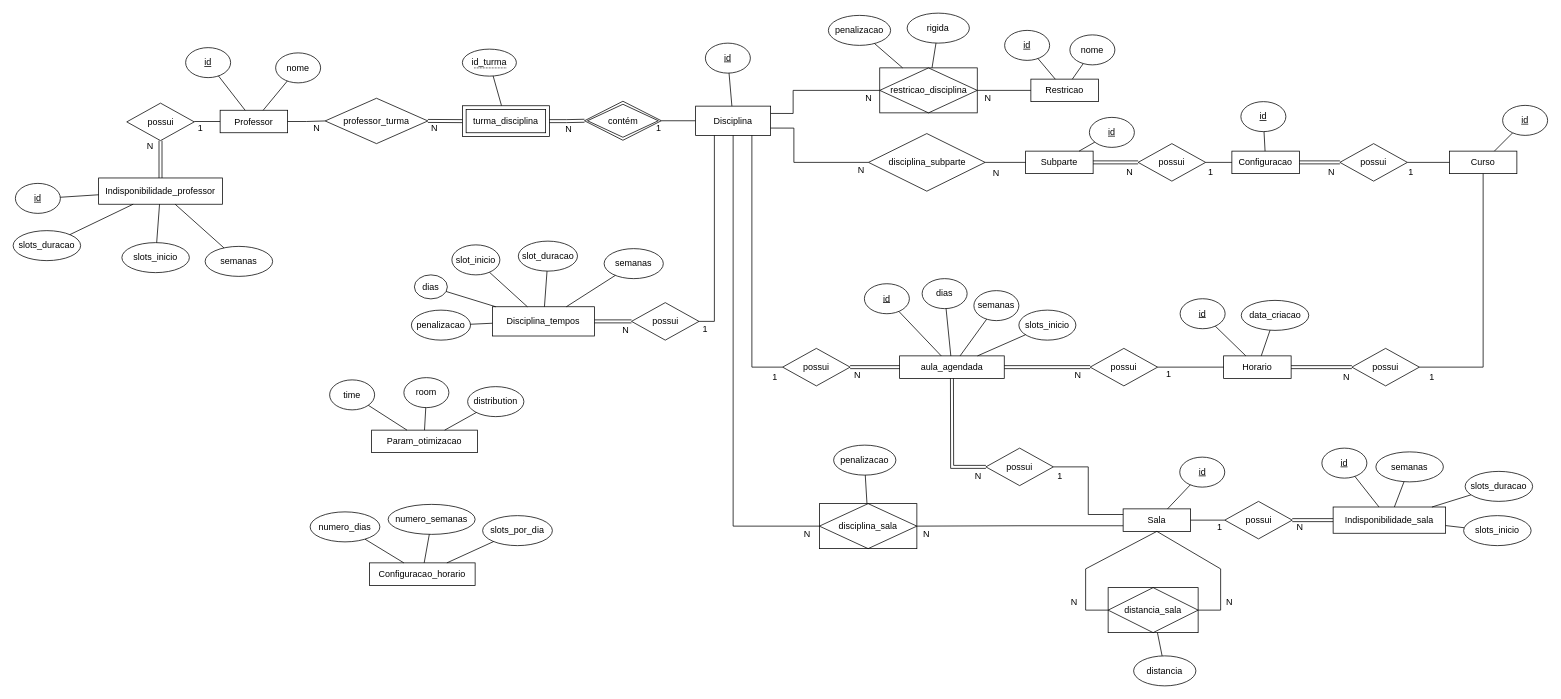
Earlier version of the draw.io diagram Tese/diagramas/base_dados_agendamento.drawio (RRamos19/Master-Thesis). Source tidied: cells renumbered, new cells numbered last; positions are measured from the earlier drawing's top-left corner, leaving out a move shared by most shapes. Both pictures are drawn from the tidied source at 75%, with x=0, y=0 at pixel (13, 13).
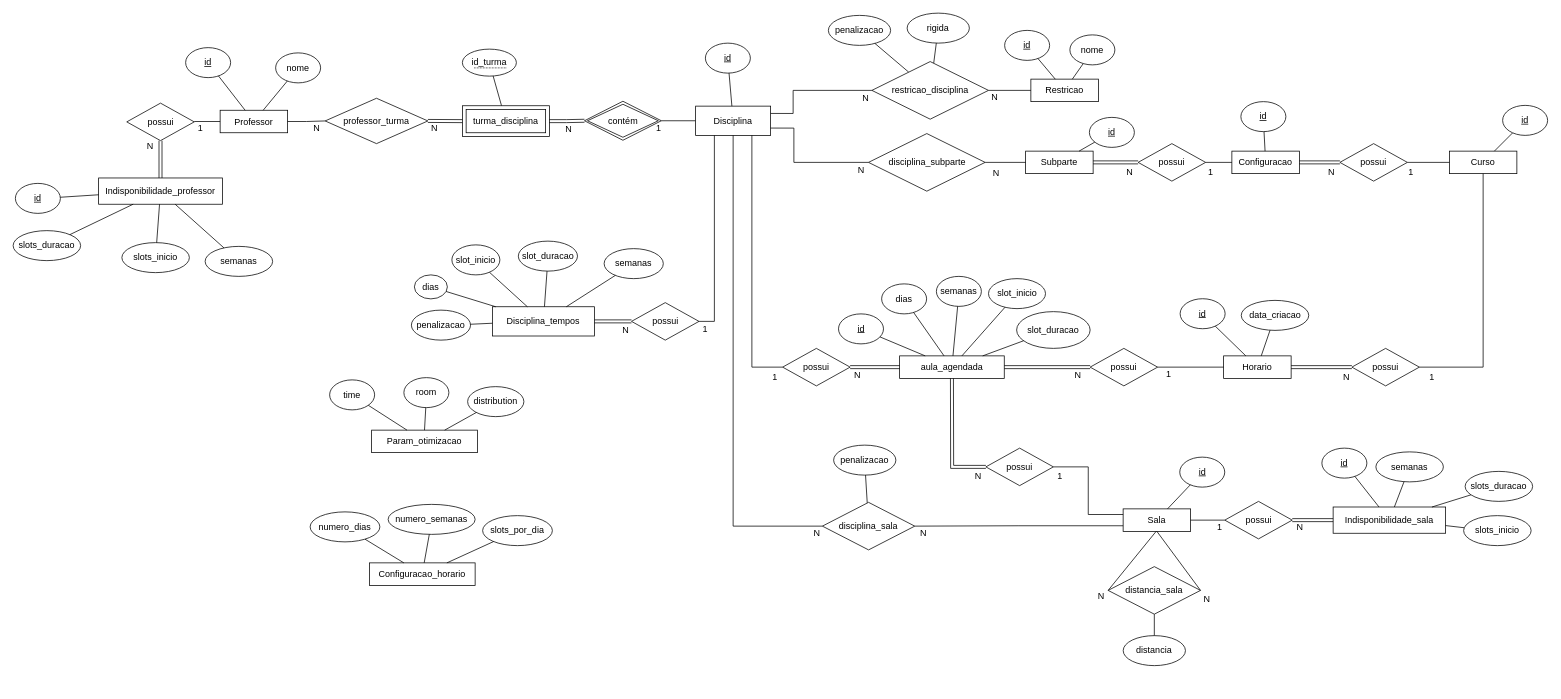
The same diagram, later.

Unchanged cells that the change refers to:
```xml
<mxCell id="15" value="Disciplina" style="rounded=0;whiteSpace=wrap;html=1;" parent="1" vertex="1">
  <mxGeometry x="910" y="124" width="100" height="39" as="geometry" />
</mxCell>
<mxCell id="30" value="Sala" style="rounded=0;whiteSpace=wrap;html=1;" parent="1" vertex="1">
  <mxGeometry x="1480" y="661" width="90" height="30" as="geometry" />
</mxCell>
<mxCell id="56" value="aula_agendada" style="rounded=0;whiteSpace=wrap;html=1;" parent="1" vertex="1">
  <mxGeometry x="1182" y="457" width="139.5" height="30" as="geometry" />
</mxCell>
```

Change to the diagram source:
```diff
@@
     <mxCell id="22" style="endArrow=none;html=1;rounded=0;exitX=0;exitY=0.5;exitDx=0;exitDy=0;entryX=1;entryY=0.25;entryDx=0;entryDy=0;edgeStyle=orthogonalEdgeStyle;" parent="1" edge="1" source="50" target="15">
       <mxGeometry relative="1" as="geometry">
         <Array as="points">
           <mxPoint x="1040" y="103" />
-          <mxPoint x="1040" y="133" />
+          <mxPoint x="1040" y="134" />
         </Array>
       </mxGeometry>
     </mxCell>
@@
     <mxCell id="28" value="N" style="text;html=1;align=center;verticalAlign=middle;whiteSpace=wrap;rounded=0;" parent="1" vertex="1">
-      <mxGeometry x="1125.5" y="98" width="30" height="30" as="geometry" />
+      <mxGeometry x="1121.5" y="98.5" width="30" height="30" as="geometry" />
     </mxCell>
     <mxCell id="29" value="N" style="text;html=1;align=center;verticalAlign=middle;whiteSpace=wrap;rounded=0;" parent="1" vertex="1">
-      <mxGeometry x="1284.5" y="98" width="30" height="30" as="geometry" />
+      <mxGeometry x="1294" y="97" width="30" height="30" as="geometry" />
     </mxCell>
@@
-    <mxCell id="33" style="endArrow=none;html=1;rounded=0;entryX=0;entryY=0.5;entryDx=0;entryDy=0;exitX=0.5;exitY=1;exitDx=0;exitDy=0;" parent="1" edge="1" source="30" target="49">
+    <mxCell id="33" style="endArrow=none;html=1;rounded=0;exitX=0.5;exitY=1;exitDx=0;exitDy=0;entryX=0;entryY=0.5;entryDx=0;entryDy=0;" parent="1" edge="1" target="49">
       <mxGeometry relative="1" as="geometry">
-        <Array as="points">
-          <mxPoint x="1430" y="741" />
-          <mxPoint x="1430" y="796" />
-        </Array>
+        <mxPoint x="1524" y="691" as="sourcePoint" />
       </mxGeometry>
     </mxCell>
-    <mxCell id="34" style="endArrow=none;html=1;rounded=0;entryX=1;entryY=0.5;entryDx=0;entryDy=0;exitX=0.5;exitY=1;exitDx=0;exitDy=0;" parent="1" edge="1" source="30" target="49">
-      <mxGeometry relative="1" as="geometry">
-        <Array as="points">
-          <mxPoint x="1610" y="741" />
-          <mxPoint x="1610" y="796" />
-        </Array>
-      </mxGeometry>
-    </mxCell>
@@
     <mxCell id="45" value="N" style="text;html=1;align=center;verticalAlign=middle;whiteSpace=wrap;rounded=0;" parent="1" vertex="1">
-      <mxGeometry x="1400" y="771" width="30" height="30" as="geometry" />
+      <mxGeometry x="1436" y="763" width="30" height="30" as="geometry" />
     </mxCell>
     <mxCell id="46" value="N" style="text;html=1;align=center;verticalAlign=middle;whiteSpace=wrap;rounded=0;" parent="1" vertex="1">
-      <mxGeometry x="1607" y="771" width="30" height="30" as="geometry" />
+      <mxGeometry x="1577" y="766" width="30" height="30" as="geometry" />
     </mxCell>
@@
-    <mxCell id="49" value="distancia_sala" style="shape=associativeEntity;whiteSpace=wrap;html=1;align=center;" parent="1" vertex="1">
-      <mxGeometry x="1460" y="766" width="120" height="60" as="geometry" />
-    </mxCell>
-    <mxCell id="50" value="restricao_disciplina" style="shape=associativeEntity;whiteSpace=wrap;html=1;align=center;" parent="1" vertex="1">
-      <mxGeometry x="1155.5" y="73" width="130" height="60" as="geometry" />
-    </mxCell>
@@
     <mxCell id="94" value="&lt;u&gt;id&lt;/u&gt;" style="ellipse;whiteSpace=wrap;html=1;" parent="1" vertex="1">
-      <mxGeometry x="1135" y="360.8" width="60" height="40" as="geometry" />
+      <mxGeometry x="1100.5" y="401" width="60" height="40" as="geometry" />
     </mxCell>
@@
     <mxCell id="96" value="dias" style="ellipse;whiteSpace=wrap;html=1;" parent="1" vertex="1">
-      <mxGeometry x="1212" y="354" width="60" height="40" as="geometry" />
+      <mxGeometry x="1158" y="361" width="60" height="40" as="geometry" />
     </mxCell>
     <mxCell id="97" value="semanas" style="ellipse;whiteSpace=wrap;html=1;" parent="1" vertex="1">
-      <mxGeometry x="1281" y="370" width="60" height="40" as="geometry" />
+      <mxGeometry x="1231" y="351" width="60" height="40" as="geometry" />
     </mxCell>
-    <mxCell id="98" value="slots_inicio" style="ellipse;whiteSpace=wrap;html=1;" parent="1" vertex="1">
-      <mxGeometry x="1341" y="396" width="76" height="40" as="geometry" />
+    <mxCell id="98" value="slot_inicio" style="ellipse;whiteSpace=wrap;html=1;" parent="1" vertex="1">
+      <mxGeometry x="1300.5" y="354" width="76" height="40" as="geometry" />
     </mxCell>
@@
-    <mxCell id="112" style="edgeStyle=orthogonalEdgeStyle;rounded=0;jettySize=auto;html=1;endArrow=none;startFill=0;entryX=0;entryY=0.5;entryDx=0;entryDy=0;exitX=0.5;exitY=1;exitDx=0;exitDy=0;" parent="1" edge="1" source="15" target="132">
+    <mxCell id="112" style="edgeStyle=orthogonalEdgeStyle;rounded=0;jettySize=auto;html=1;endArrow=none;startFill=0;exitX=0.5;exitY=1;exitDx=0;exitDy=0;entryX=0;entryY=0.5;entryDx=0;entryDy=0;" parent="1" edge="1" source="15" target="132">
       <mxGeometry relative="1" as="geometry" />
     </mxCell>
@@
     <mxCell id="130" value="N" style="text;html=1;align=center;verticalAlign=middle;whiteSpace=wrap;rounded=0;" parent="1" vertex="1">
-      <mxGeometry x="1039" y="680" width="40" height="30" as="geometry" />
+      <mxGeometry x="1052" y="679" width="40" height="30" as="geometry" />
     </mxCell>
     <mxCell id="131" value="N" style="text;html=1;align=center;verticalAlign=middle;whiteSpace=wrap;rounded=0;" parent="1" vertex="1">
-      <mxGeometry x="1198" y="680" width="40" height="30" as="geometry" />
+      <mxGeometry x="1194" y="679" width="40" height="30" as="geometry" />
     </mxCell>
-    <mxCell id="132" value="disciplina_sala" style="shape=associativeEntity;whiteSpace=wrap;html=1;align=center;" parent="1" vertex="1">
-      <mxGeometry x="1075" y="654" width="130" height="60" as="geometry" />
-    </mxCell>
@@
     <mxCell id="147" value="distancia" style="ellipse;whiteSpace=wrap;html=1;" parent="1" vertex="1">
-      <mxGeometry x="1494" y="857" width="83" height="40" as="geometry" />
+      <mxGeometry x="1480.1" y="830" width="83" height="40" as="geometry" />
     </mxCell>
@@
+    <mxCell id="50" value="restricao_disciplina" style="shape=rhombus;perimeter=rhombusPerimeter;whiteSpace=wrap;html=1;align=center;" parent="1" vertex="1">
+      <mxGeometry x="1145" y="64.6" width="155.5" height="76.8" as="geometry" />
+    </mxCell>
+    <mxCell id="170" value="slot_duracao" style="ellipse;whiteSpace=wrap;html=1;" parent="1" vertex="1">
+      <mxGeometry x="1338" y="398" width="98" height="49" as="geometry" />
+    </mxCell>
+    <mxCell id="171" style="endArrow=none;html=1;rounded=0;" parent="1" edge="1" source="170" target="56">
+      <mxGeometry relative="1" as="geometry" />
+    </mxCell>
+    <mxCell id="132" value="disciplina_sala" style="shape=rhombus;perimeter=rhombusPerimeter;whiteSpace=wrap;html=1;align=center;" parent="1" vertex="1">
+      <mxGeometry x="1079" y="652.3" width="123.2" height="63.4" as="geometry" />
+    </mxCell>
+    <mxCell id="49" value="distancia_sala" style="shape=rhombus;perimeter=rhombusPerimeter;whiteSpace=wrap;html=1;align=center;" parent="1" vertex="1">
+      <mxGeometry x="1460" y="738" width="123.2" height="63.4" as="geometry" />
+    </mxCell>
+    <mxCell id="34" style="endArrow=none;html=1;rounded=0;entryX=1;entryY=0.5;entryDx=0;entryDy=0;exitX=0.5;exitY=1;exitDx=0;exitDy=0;" parent="1" edge="1" source="30" target="49">
+      <mxGeometry relative="1" as="geometry" />
+    </mxCell>
```
